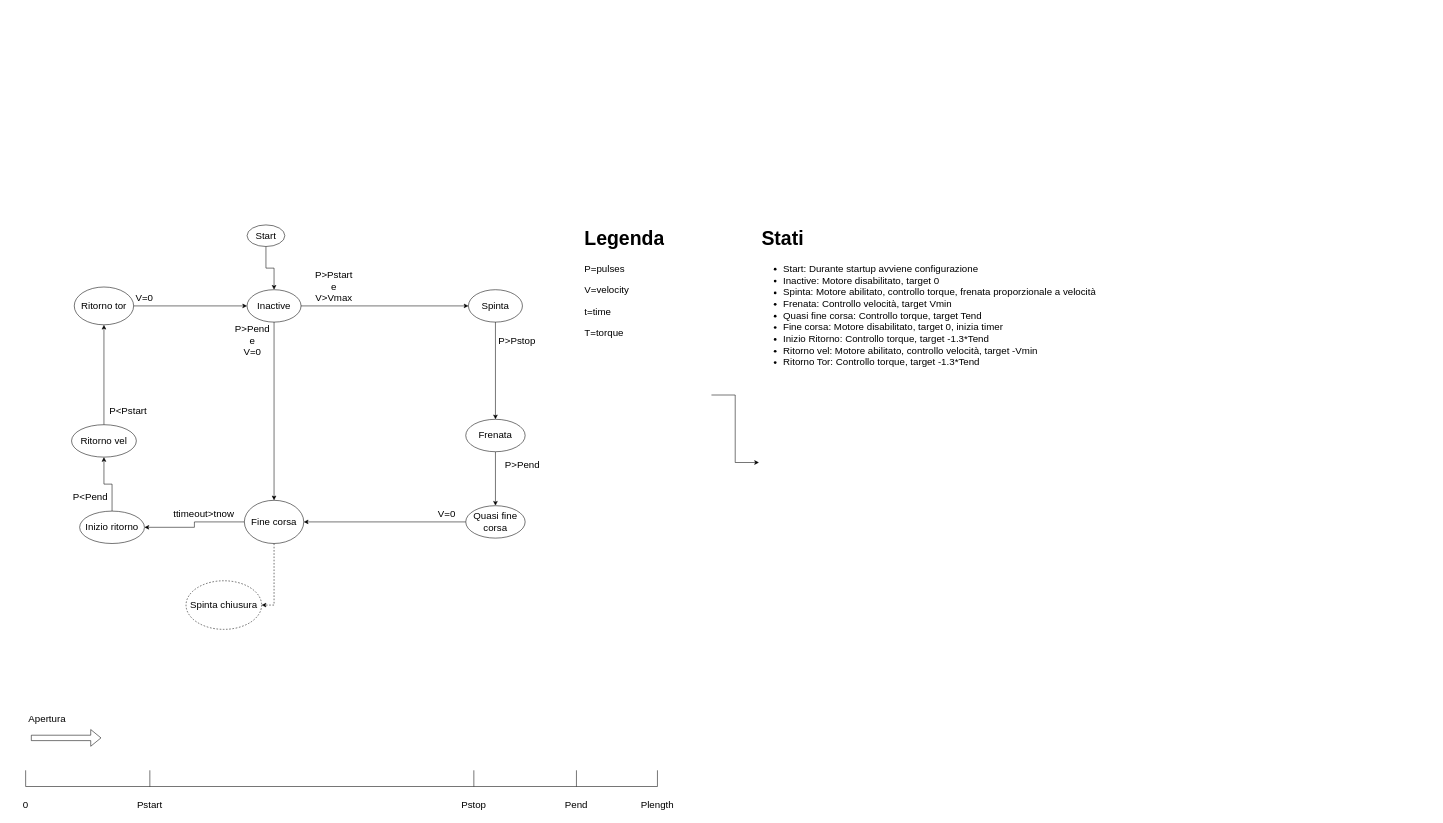
Earlier version of the draw.io diagram docs/macchina a stati.drawio (giocol97/BDLCMotorController). Source tidied: cells renumbered, new cells numbered last; positions are measured from the earlier drawing's top-left corner, leaving out a move shared by most shapes. Both pictures are drawn from the tidied source at 54%, with x=0, y=0 at pixel (9, 219).
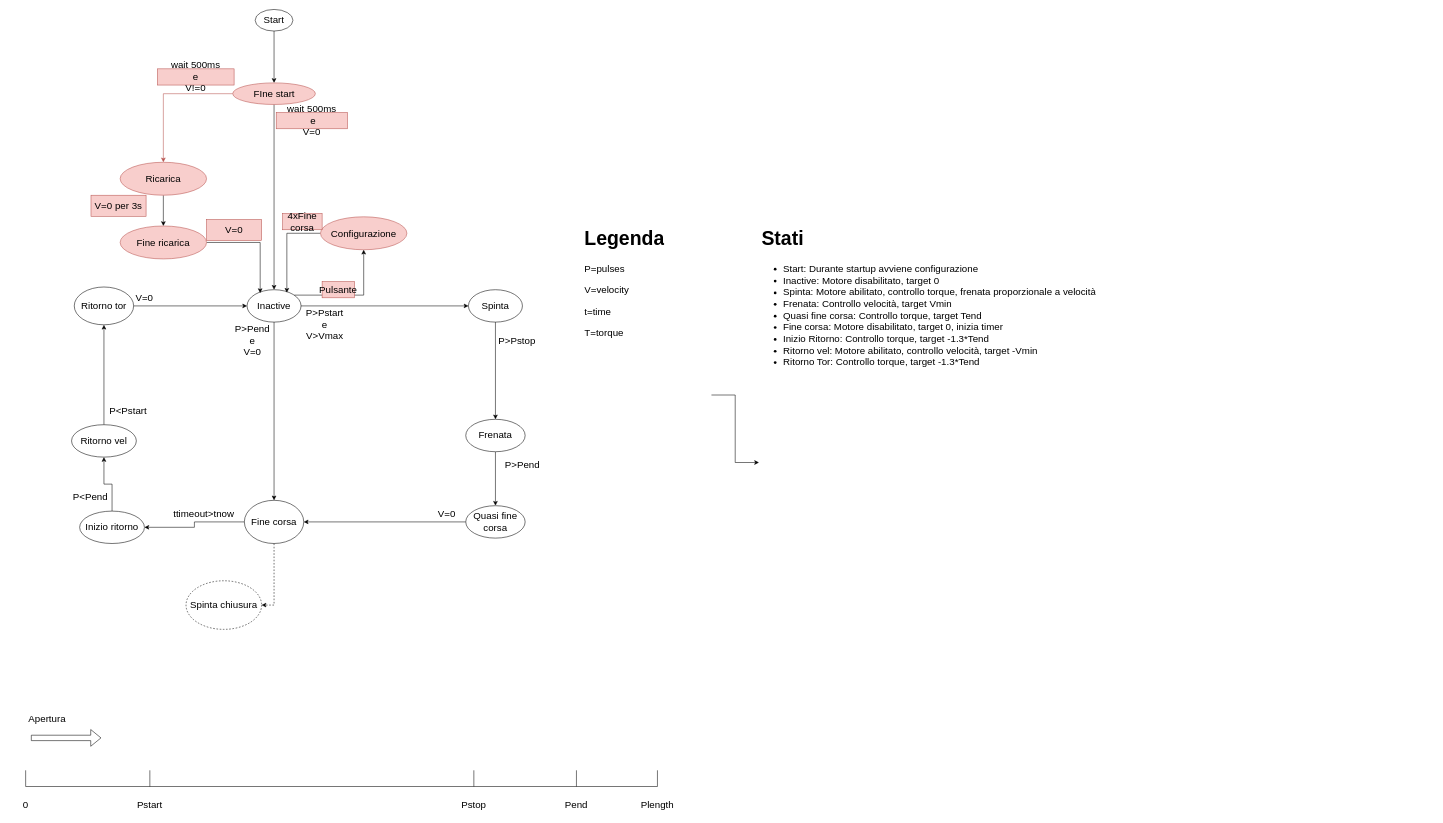
The same page after the edit.

Commit message (it also covers changes not shown here):
Aggiunto stato di ricarica e configurazione automatica lunghezza

Unchanged cells that the change refers to:
```xml
<mxCell id="6" value="Inactive" style="ellipse;whiteSpace=wrap;html=1;fontSize=18;" parent="1" vertex="1">
  <mxGeometry x="440" y="130" width="100" height="60" as="geometry" />
</mxCell>
```

The edit, as a diff of the source:
```diff
@@
-    <mxCell id="2" style="edgeStyle=orthogonalEdgeStyle;rounded=0;jettySize=auto;html=1;entryX=0.5;entryY=0;entryDx=0;entryDy=0;fontSize=18;" parent="1" edge="1" source="3" target="6">
-      <mxGeometry relative="1" as="geometry" />
-    </mxCell>
+    <mxCell id="48" style="edgeStyle=orthogonalEdgeStyle;rounded=0;jettySize=auto;html=1;entryX=0.5;entryY=0;entryDx=0;entryDy=0;fillColor=#f8cecc;strokeColor=#b85450;exitX=0;exitY=0.5;exitDx=0;exitDy=0;" parent="1" edge="1" source="61" target="57">
+      <mxGeometry relative="1" as="geometry" />
+    </mxCell>
+    <mxCell id="49" style="edgeStyle=orthogonalEdgeStyle;rounded=0;jettySize=auto;html=1;entryX=0.5;entryY=0;entryDx=0;entryDy=0;" parent="1" edge="1" source="3" target="61">
+      <mxGeometry relative="1" as="geometry" />
+    </mxCell>
     <mxCell id="3" value="Start" style="ellipse;whiteSpace=wrap;html=1;fontSize=18;" parent="1" vertex="1">
-      <mxGeometry x="440" y="10" width="70" height="40" as="geometry" />
+      <mxGeometry x="455" y="-389" width="70" height="40" as="geometry" />
     </mxCell>
@@
+    <mxCell id="50" style="edgeStyle=orthogonalEdgeStyle;rounded=0;jettySize=auto;html=1;entryX=0.5;entryY=1;entryDx=0;entryDy=0;" parent="1" edge="1" source="6" target="52">
+      <mxGeometry relative="1" as="geometry">
+        <Array as="points">
+          <mxPoint x="656" y="140" />
+        </Array>
+      </mxGeometry>
+    </mxCell>
@@
     <mxCell id="36" value="P&amp;gt;Pstart&lt;br&gt;e&lt;br&gt;V&amp;gt;Vmax" style="text;html=1;strokeColor=none;fillColor=none;align=center;verticalAlign=middle;whiteSpace=wrap;rounded=0;fontSize=18;" parent="1" vertex="1">
-      <mxGeometry x="571" y="110" width="60" height="30" as="geometry" />
+      <mxGeometry x="554" y="180" width="60" height="30" as="geometry" />
     </mxCell>
@@
+    <mxCell id="51" style="edgeStyle=orthogonalEdgeStyle;rounded=0;jettySize=auto;html=1;entryX=0.737;entryY=0.092;entryDx=0;entryDy=0;entryPerimeter=0;" parent="1" edge="1" source="52" target="6">
+      <mxGeometry relative="1" as="geometry" />
+    </mxCell>
+    <mxCell id="52" value="Configurazione" style="ellipse;whiteSpace=wrap;html=1;fontSize=18;fillColor=#f8cecc;strokeColor=#b85450;" parent="1" vertex="1">
+      <mxGeometry x="576" y="-5" width="160" height="61" as="geometry" />
+    </mxCell>
+    <mxCell id="53" value="Pulsante" style="text;html=1;strokeColor=#b85450;fillColor=#f8cecc;align=center;verticalAlign=middle;whiteSpace=wrap;rounded=0;fontSize=18;" parent="1" vertex="1">
+      <mxGeometry x="579" y="115" width="60" height="30" as="geometry" />
+    </mxCell>
+    <mxCell id="54" value="4xFine corsa" style="text;html=1;strokeColor=#b85450;fillColor=#f8cecc;align=center;verticalAlign=middle;whiteSpace=wrap;rounded=0;fontSize=18;" parent="1" vertex="1">
+      <mxGeometry x="506" y="-11" width="73" height="30" as="geometry" />
+    </mxCell>
+    <mxCell id="55" value="wait 500ms&lt;br&gt;&amp;nbsp;e&lt;br&gt;V=0" style="text;html=1;strokeColor=#b85450;fillColor=#f8cecc;align=center;verticalAlign=middle;whiteSpace=wrap;rounded=0;fontSize=18;" parent="1" vertex="1">
+      <mxGeometry x="494" y="-198" width="132" height="30" as="geometry" />
+    </mxCell>
+    <mxCell id="56" style="edgeStyle=orthogonalEdgeStyle;rounded=0;jettySize=auto;html=1;entryX=0.5;entryY=0;entryDx=0;entryDy=0;" parent="1" edge="1" source="57" target="63">
+      <mxGeometry relative="1" as="geometry" />
+    </mxCell>
+    <mxCell id="57" value="Ricarica" style="ellipse;whiteSpace=wrap;html=1;fontSize=18;fillColor=#f8cecc;strokeColor=#b85450;" parent="1" vertex="1">
+      <mxGeometry x="205" y="-106" width="160" height="61" as="geometry" />
+    </mxCell>
+    <mxCell id="58" value="V=0 per 3s" style="text;html=1;strokeColor=#b85450;fillColor=#f8cecc;align=center;verticalAlign=middle;whiteSpace=wrap;rounded=0;fontSize=18;" parent="1" vertex="1">
+      <mxGeometry x="151" y="-45" width="102" height="39" as="geometry" />
+    </mxCell>
+    <mxCell id="59" value="wait 500ms&lt;br&gt;e&lt;br&gt;V!=0" style="text;html=1;strokeColor=#b85450;fillColor=#f8cecc;align=center;verticalAlign=middle;whiteSpace=wrap;rounded=0;fontSize=18;" parent="1" vertex="1">
+      <mxGeometry x="274" y="-279" width="142" height="30" as="geometry" />
+    </mxCell>
+    <mxCell id="60" style="edgeStyle=orthogonalEdgeStyle;rounded=0;jettySize=auto;html=1;entryX=0.5;entryY=0;entryDx=0;entryDy=0;" parent="1" edge="1" source="61" target="6">
+      <mxGeometry relative="1" as="geometry" />
+    </mxCell>
+    <mxCell id="61" value="FIne start" style="ellipse;whiteSpace=wrap;html=1;fontSize=18;fillColor=#f8cecc;strokeColor=#b85450;" parent="1" vertex="1">
+      <mxGeometry x="413.5" y="-253" width="153" height="40" as="geometry" />
+    </mxCell>
+    <mxCell id="62" style="edgeStyle=orthogonalEdgeStyle;rounded=0;jettySize=auto;html=1;entryX=0.243;entryY=0.102;entryDx=0;entryDy=0;entryPerimeter=0;" parent="1" edge="1" source="63" target="6">
+      <mxGeometry relative="1" as="geometry" />
+    </mxCell>
+    <mxCell id="63" value="Fine ricarica" style="ellipse;whiteSpace=wrap;html=1;fontSize=18;fillColor=#f8cecc;strokeColor=#b85450;" parent="1" vertex="1">
+      <mxGeometry x="205" y="12" width="160" height="61" as="geometry" />
+    </mxCell>
+    <mxCell id="64" value="V=0" style="text;html=1;strokeColor=#b85450;fillColor=#f8cecc;align=center;verticalAlign=middle;whiteSpace=wrap;rounded=0;fontSize=18;" parent="1" vertex="1">
+      <mxGeometry x="365" width="102" height="39" as="geometry" />
+    </mxCell>
```
